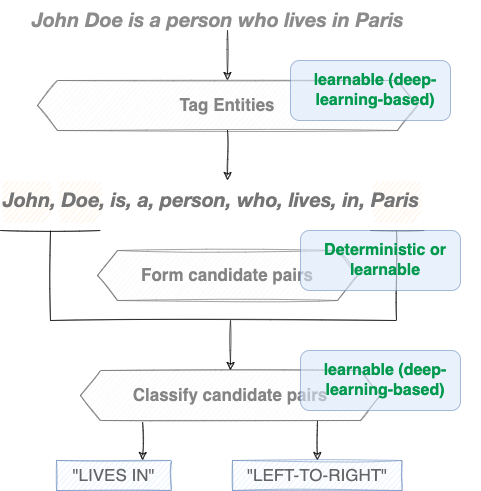
Earlier version of the draw.io export docs/images/three.png (ylaxor/relex). Source tidied: cells renumbered, new cells last; positions are measured from the earlier drawing's top-left corner, leaving out a move shared by most shapes. Source of this version:
```xml
<mxGraphModel>
  <root>
    <mxCell id="0" />
    <mxCell id="1" parent="0" />
    <mxCell id="2" style="rounded=1;whiteSpace=wrap;html=1;fillColor=#ffe6cc;strokeColor=none;gradientColor=none;shadow=0;sketch=1;opacity=60;" parent="1" vertex="1">
      <mxGeometry x="370.5" y="180" width="50" height="40" as="geometry" />
    </mxCell>
    <mxCell id="3" style="rounded=1;whiteSpace=wrap;html=1;fillColor=#ffe6cc;strokeColor=none;gradientColor=none;shadow=0;sketch=1;opacity=60;" parent="1" vertex="1">
      <mxGeometry x="56.5" y="180" width="44" height="40" as="geometry" />
    </mxCell>
    <mxCell id="4" style="rounded=1;whiteSpace=wrap;html=1;fillColor=#ffe6cc;strokeColor=none;gradientColor=none;shadow=0;sketch=1;opacity=60;" parent="1" vertex="1">
      <mxGeometry x="0.5" y="180" width="50" height="40" as="geometry" />
    </mxCell>
    <mxCell id="5" value="&lt;em style=&quot;box-sizing: border-box; color: rgb(64, 64, 64); font-family: Lato, proxima-nova, &amp;quot;Helvetica Neue&amp;quot;, Arial, sans-serif; font-variant-ligatures: normal; font-variant-caps: normal; font-weight: 700; letter-spacing: normal; orphans: 2; text-align: start; text-indent: 0px; text-transform: none; widows: 2; word-spacing: 0px; -webkit-text-stroke-width: 0px; text-decoration-thickness: initial; text-decoration-style: initial; text-decoration-color: initial;&quot;&gt;&lt;font style=&quot;font-size: 20px;&quot;&gt;John Doe is a person who lives in Paris&lt;/font&gt;&lt;/em&gt;" style="text;whiteSpace=wrap;html=1;shadow=0;sketch=1;opacity=60;textOpacity=60;" parent="1" vertex="1">
      <mxGeometry x="30" width="394" height="30" as="geometry" />
    </mxCell>
    <mxCell id="6" value="Tag Entities" style="shape=hexagon;perimeter=hexagonPerimeter2;whiteSpace=wrap;html=1;fixedSize=1;fontStyle=1;fontSize=17;fontColor=#333333;fillColor=#f5f5f5;strokeColor=#666666;shadow=0;sketch=1;opacity=60;textOpacity=60;" parent="1" vertex="1">
      <mxGeometry x="37" y="80" width="380" height="50" as="geometry" />
    </mxCell>
    <mxCell id="7" value="&lt;em style=&quot;box-sizing: border-box; font-family: Lato, proxima-nova, &amp;quot;Helvetica Neue&amp;quot;, Arial, sans-serif; font-variant-ligatures: normal; font-variant-caps: normal; font-weight: 700; letter-spacing: normal; orphans: 2; text-align: start; text-indent: 0px; text-transform: none; widows: 2; word-spacing: 0px; -webkit-text-stroke-width: 0px; text-decoration-thickness: initial; text-decoration-style: initial; text-decoration-color: initial;&quot;&gt;&lt;font style=&quot;font-size: 20px;&quot;&gt;John, Doe, is, a, person, who, lives, in, Paris&lt;/font&gt;&lt;/em&gt;" style="text;whiteSpace=wrap;html=1;fontColor=#757575;shadow=0;sketch=1;opacity=60;" parent="1" vertex="1">
      <mxGeometry x="0.5" y="180" width="453" height="30" as="geometry" />
    </mxCell>
    <mxCell id="8" style="endArrow=classic;html=1;rounded=0;fontSize=17;fontColor=#EA6B66;exitX=0.5;exitY=1;exitDx=0;exitDy=0;entryX=0.5;entryY=0;entryDx=0;entryDy=0;sketch=1;shadow=0;opacity=60;" parent="1" edge="1" source="6" target="7">
      <mxGeometry relative="1" as="geometry" />
    </mxCell>
    <mxCell id="9" style="endArrow=classic;html=1;rounded=0;fontSize=17;fontColor=#EA6B66;exitX=0.5;exitY=1;exitDx=0;exitDy=0;entryX=0.5;entryY=0;entryDx=0;entryDy=0;sketch=1;shadow=0;opacity=60;" parent="1" edge="1" source="5" target="6">
      <mxGeometry relative="1" as="geometry" />
    </mxCell>
    <mxCell id="10" style="endArrow=none;html=1;rounded=0;fontSize=17;fontColor=#EA6B66;edgeStyle=orthogonalEdgeStyle;sketch=1;shadow=0;opacity=60;" parent="1" edge="1">
      <mxGeometry relative="1" as="geometry">
        <mxPoint x="50" y="230" as="sourcePoint" />
        <mxPoint x="396" y="230" as="targetPoint" />
        <Array as="points">
          <mxPoint x="50" y="320" />
          <mxPoint x="396" y="320" />
        </Array>
      </mxGeometry>
    </mxCell>
    <mxCell id="11" style="endArrow=none;html=1;rounded=0;fontSize=17;fontColor=#EA6B66;sketch=1;shadow=0;opacity=60;" parent="1" edge="1">
      <mxGeometry relative="1" as="geometry">
        <mxPoint y="230" as="sourcePoint" />
        <mxPoint x="100" y="230" as="targetPoint" />
      </mxGeometry>
    </mxCell>
    <mxCell id="12" style="endArrow=none;html=1;rounded=0;fontSize=17;fontColor=#EA6B66;sketch=1;shadow=0;opacity=60;" parent="1" edge="1">
      <mxGeometry relative="1" as="geometry">
        <mxPoint x="370" y="230" as="sourcePoint" />
        <mxPoint x="424" y="230" as="targetPoint" />
      </mxGeometry>
    </mxCell>
    <mxCell id="13" value="Form candidate pairs" style="shape=hexagon;perimeter=hexagonPerimeter2;whiteSpace=wrap;html=1;fixedSize=1;fontStyle=1;fontSize=17;fontColor=#333333;fillColor=#f5f5f5;strokeColor=#666666;shadow=0;sketch=1;opacity=60;textOpacity=60;" parent="1" vertex="1">
      <mxGeometry x="97" y="250" width="260" height="50" as="geometry" />
    </mxCell>
    <mxCell id="14" value="Classify candidate pairs" style="shape=hexagon;perimeter=hexagonPerimeter2;whiteSpace=wrap;html=1;fixedSize=1;fontStyle=1;fontSize=17;fontColor=#333333;fillColor=#f5f5f5;strokeColor=#666666;shadow=0;sketch=1;opacity=60;textOpacity=60;" parent="1" vertex="1">
      <mxGeometry x="80" y="370" width="300" height="50" as="geometry" />
    </mxCell>
    <mxCell id="15" style="endArrow=classic;html=1;rounded=0;fontSize=17;fontColor=#EA6B66;sketch=1;shadow=0;opacity=60;" parent="1" edge="1" target="14">
      <mxGeometry relative="1" as="geometry">
        <mxPoint x="230" y="320" as="sourcePoint" />
      </mxGeometry>
    </mxCell>
    <mxCell id="16" style="endArrow=classic;html=1;rounded=0;fontSize=17;fontColor=#757575;exitX=0.207;exitY=1.03;exitDx=0;exitDy=0;exitPerimeter=0;entryX=0.75;entryY=0;entryDx=0;entryDy=0;sketch=1;shadow=0;opacity=60;" parent="1" edge="1" source="14" target="18">
      <mxGeometry relative="1" as="geometry" />
    </mxCell>
    <mxCell id="17" style="endArrow=classic;html=1;rounded=0;fontSize=17;fontColor=#757575;exitX=0.79;exitY=1.01;exitDx=0;exitDy=0;exitPerimeter=0;entryX=0.5;entryY=0;entryDx=0;entryDy=0;sketch=1;shadow=0;opacity=60;" parent="1" edge="1" source="14" target="19">
      <mxGeometry relative="1" as="geometry" />
    </mxCell>
    <mxCell id="18" value="&quot;LIVES IN&quot;" style="text;html=1;strokeColor=#6c8ebf;fillColor=#dae8fc;align=center;verticalAlign=middle;whiteSpace=wrap;rounded=0;fontSize=17;sketch=1;shadow=0;opacity=60;textOpacity=60;" parent="1" vertex="1">
      <mxGeometry x="56" y="460" width="115" height="30" as="geometry" />
    </mxCell>
    <mxCell id="19" value="&quot;LEFT-TO-RIGHT&quot;" style="text;html=1;strokeColor=#6c8ebf;fillColor=#dae8fc;align=center;verticalAlign=middle;whiteSpace=wrap;rounded=0;fontSize=17;sketch=1;shadow=0;opacity=60;textOpacity=60;" parent="1" vertex="1">
      <mxGeometry x="232" y="460" width="169.5" height="30" as="geometry" />
    </mxCell>
    <mxCell id="20" style="group;" parent="1" vertex="1">
      <mxGeometry x="290" y="230" width="190" height="60" as="geometry" />
    </mxCell>
    <mxCell id="21" style="rounded=1;whiteSpace=wrap;html=1;shadow=0;fontSize=16;opacity=60;fillColor=#dae8fc;strokeColor=#6c8ebf;" parent="20" vertex="1">
      <mxGeometry x="10" width="160" height="60" as="geometry" />
    </mxCell>
    <mxCell id="22" value="Deterministic or learnable" style="text;html=1;strokeColor=none;fillColor=none;align=center;verticalAlign=middle;whiteSpace=wrap;rounded=0;shadow=0;opacity=60;fontColor=#00994D;fontSize=16;fontStyle=1;" parent="20" vertex="1">
      <mxGeometry y="15" width="190" height="30" as="geometry" />
    </mxCell>
    <mxCell id="23" style="group;" parent="1" vertex="1">
      <mxGeometry x="280" y="60" width="190" height="60" as="geometry" />
    </mxCell>
    <mxCell id="24" style="rounded=1;whiteSpace=wrap;html=1;shadow=0;fontSize=16;opacity=60;fillColor=#dae8fc;strokeColor=#6c8ebf;" parent="23" vertex="1">
      <mxGeometry x="10" width="160" height="60" as="geometry" />
    </mxCell>
    <mxCell id="25" value="learnable (deep-learning-based)" style="text;html=1;strokeColor=none;fillColor=none;align=center;verticalAlign=middle;whiteSpace=wrap;rounded=0;shadow=0;opacity=60;fontColor=#00994D;fontSize=16;fontStyle=1;" parent="23" vertex="1">
      <mxGeometry y="15" width="190" height="30" as="geometry" />
    </mxCell>
    <mxCell id="26" style="group;" parent="1" vertex="1">
      <mxGeometry x="290" y="350" width="190" height="60" as="geometry" />
    </mxCell>
    <mxCell id="27" style="rounded=1;whiteSpace=wrap;html=1;shadow=0;fontSize=16;opacity=60;fillColor=#dae8fc;strokeColor=#6c8ebf;" parent="26" vertex="1">
      <mxGeometry x="10" width="160" height="60" as="geometry" />
    </mxCell>
    <mxCell id="28" value="learnable (deep-learning-based)" style="text;html=1;strokeColor=none;fillColor=none;align=center;verticalAlign=middle;whiteSpace=wrap;rounded=0;shadow=0;opacity=60;fontColor=#00994D;fontSize=16;fontStyle=1;" parent="26" vertex="1">
      <mxGeometry y="15" width="190" height="30" as="geometry" />
    </mxCell>
  </root>
</mxGraphModel>
```
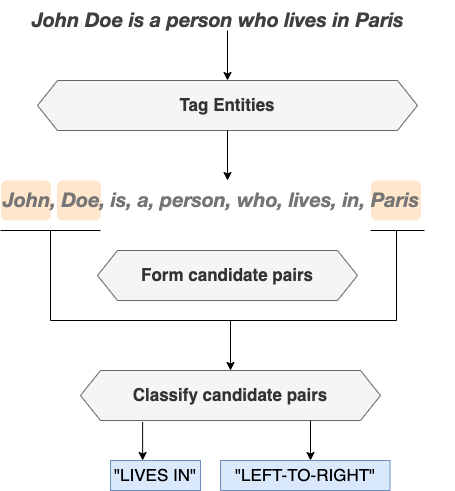
After the change.

What changed in the source:
```diff
@@ -2,31 +2,31 @@
   <root>
     <mxCell id="0" />
     <mxCell id="1" parent="0" />
-    <mxCell id="2" style="rounded=1;whiteSpace=wrap;html=1;fillColor=#ffe6cc;strokeColor=none;gradientColor=none;shadow=0;sketch=1;opacity=60;" parent="1" vertex="1">
+    <mxCell id="2" style="rounded=1;whiteSpace=wrap;html=1;fillColor=#ffe6cc;strokeColor=none;gradientColor=none;shadow=0;" parent="1" vertex="1">
       <mxGeometry x="370.5" y="180" width="50" height="40" as="geometry" />
     </mxCell>
-    <mxCell id="3" style="rounded=1;whiteSpace=wrap;html=1;fillColor=#ffe6cc;strokeColor=none;gradientColor=none;shadow=0;sketch=1;opacity=60;" parent="1" vertex="1">
+    <mxCell id="3" style="rounded=1;whiteSpace=wrap;html=1;fillColor=#ffe6cc;strokeColor=none;gradientColor=none;shadow=0;" parent="1" vertex="1">
       <mxGeometry x="56.5" y="180" width="44" height="40" as="geometry" />
     </mxCell>
-    <mxCell id="4" style="rounded=1;whiteSpace=wrap;html=1;fillColor=#ffe6cc;strokeColor=none;gradientColor=none;shadow=0;sketch=1;opacity=60;" parent="1" vertex="1">
+    <mxCell id="4" style="rounded=1;whiteSpace=wrap;html=1;fillColor=#ffe6cc;strokeColor=none;gradientColor=none;shadow=0;" parent="1" vertex="1">
       <mxGeometry x="0.5" y="180" width="50" height="40" as="geometry" />
     </mxCell>
-    <mxCell id="5" value="&lt;em style=&quot;box-sizing: border-box; color: rgb(64, 64, 64); font-family: Lato, proxima-nova, &amp;quot;Helvetica Neue&amp;quot;, Arial, sans-serif; font-variant-ligatures: normal; font-variant-caps: normal; font-weight: 700; letter-spacing: normal; orphans: 2; text-align: start; text-indent: 0px; text-transform: none; widows: 2; word-spacing: 0px; -webkit-text-stroke-width: 0px; text-decoration-thickness: initial; text-decoration-style: initial; text-decoration-color: initial;&quot;&gt;&lt;font style=&quot;font-size: 20px;&quot;&gt;John Doe is a person who lives in Paris&lt;/font&gt;&lt;/em&gt;" style="text;whiteSpace=wrap;html=1;shadow=0;sketch=1;opacity=60;textOpacity=60;" parent="1" vertex="1">
+    <mxCell id="5" value="&lt;em style=&quot;box-sizing: border-box; color: rgb(64, 64, 64); font-family: Lato, proxima-nova, &amp;quot;Helvetica Neue&amp;quot;, Arial, sans-serif; font-variant-ligatures: normal; font-variant-caps: normal; font-weight: 700; letter-spacing: normal; orphans: 2; text-align: start; text-indent: 0px; text-transform: none; widows: 2; word-spacing: 0px; -webkit-text-stroke-width: 0px; text-decoration-thickness: initial; text-decoration-style: initial; text-decoration-color: initial;&quot;&gt;&lt;font style=&quot;font-size: 20px;&quot;&gt;John Doe is a person who lives in Paris&lt;/font&gt;&lt;/em&gt;" style="text;whiteSpace=wrap;html=1;" parent="1" vertex="1">
       <mxGeometry x="30" width="394" height="30" as="geometry" />
     </mxCell>
-    <mxCell id="6" value="Tag Entities" style="shape=hexagon;perimeter=hexagonPerimeter2;whiteSpace=wrap;html=1;fixedSize=1;fontStyle=1;fontSize=17;fontColor=#333333;fillColor=#f5f5f5;strokeColor=#666666;shadow=0;sketch=1;opacity=60;textOpacity=60;" parent="1" vertex="1">
+    <mxCell id="6" value="Tag Entities" style="shape=hexagon;perimeter=hexagonPerimeter2;whiteSpace=wrap;html=1;fixedSize=1;fontStyle=1;fontSize=17;fontColor=#333333;fillColor=#f5f5f5;strokeColor=#666666;" parent="1" vertex="1">
       <mxGeometry x="37" y="80" width="380" height="50" as="geometry" />
     </mxCell>
-    <mxCell id="7" value="&lt;em style=&quot;box-sizing: border-box; font-family: Lato, proxima-nova, &amp;quot;Helvetica Neue&amp;quot;, Arial, sans-serif; font-variant-ligatures: normal; font-variant-caps: normal; font-weight: 700; letter-spacing: normal; orphans: 2; text-align: start; text-indent: 0px; text-transform: none; widows: 2; word-spacing: 0px; -webkit-text-stroke-width: 0px; text-decoration-thickness: initial; text-decoration-style: initial; text-decoration-color: initial;&quot;&gt;&lt;font style=&quot;font-size: 20px;&quot;&gt;John, Doe, is, a, person, who, lives, in, Paris&lt;/font&gt;&lt;/em&gt;" style="text;whiteSpace=wrap;html=1;fontColor=#757575;shadow=0;sketch=1;opacity=60;" parent="1" vertex="1">
+    <mxCell id="7" value="&lt;em style=&quot;box-sizing: border-box; font-family: Lato, proxima-nova, &amp;quot;Helvetica Neue&amp;quot;, Arial, sans-serif; font-variant-ligatures: normal; font-variant-caps: normal; font-weight: 700; letter-spacing: normal; orphans: 2; text-align: start; text-indent: 0px; text-transform: none; widows: 2; word-spacing: 0px; -webkit-text-stroke-width: 0px; text-decoration-thickness: initial; text-decoration-style: initial; text-decoration-color: initial;&quot;&gt;&lt;font style=&quot;font-size: 20px;&quot;&gt;John, Doe, is, a, person, who, lives, in, Paris&lt;/font&gt;&lt;/em&gt;" style="text;whiteSpace=wrap;html=1;fontColor=#757575;" parent="1" vertex="1">
       <mxGeometry x="0.5" y="180" width="453" height="30" as="geometry" />
     </mxCell>
-    <mxCell id="8" style="endArrow=classic;html=1;rounded=0;fontSize=17;fontColor=#EA6B66;exitX=0.5;exitY=1;exitDx=0;exitDy=0;entryX=0.5;entryY=0;entryDx=0;entryDy=0;sketch=1;shadow=0;opacity=60;" parent="1" edge="1" source="6" target="7">
+    <mxCell id="8" style="endArrow=classic;html=1;rounded=0;fontSize=17;fontColor=#EA6B66;exitX=0.5;exitY=1;exitDx=0;exitDy=0;entryX=0.5;entryY=0;entryDx=0;entryDy=0;" parent="1" edge="1" source="6" target="7">
       <mxGeometry relative="1" as="geometry" />
     </mxCell>
-    <mxCell id="9" style="endArrow=classic;html=1;rounded=0;fontSize=17;fontColor=#EA6B66;exitX=0.5;exitY=1;exitDx=0;exitDy=0;entryX=0.5;entryY=0;entryDx=0;entryDy=0;sketch=1;shadow=0;opacity=60;" parent="1" edge="1" source="5" target="6">
+    <mxCell id="9" style="endArrow=classic;html=1;rounded=0;fontSize=17;fontColor=#EA6B66;exitX=0.5;exitY=1;exitDx=0;exitDy=0;entryX=0.5;entryY=0;entryDx=0;entryDy=0;" parent="1" edge="1" source="5" target="6">
       <mxGeometry relative="1" as="geometry" />
     </mxCell>
-    <mxCell id="10" style="endArrow=none;html=1;rounded=0;fontSize=17;fontColor=#EA6B66;edgeStyle=orthogonalEdgeStyle;sketch=1;shadow=0;opacity=60;" parent="1" edge="1">
+    <mxCell id="10" style="endArrow=none;html=1;rounded=0;fontSize=17;fontColor=#EA6B66;edgeStyle=orthogonalEdgeStyle;" parent="1" edge="1">
       <mxGeometry relative="1" as="geometry">
         <mxPoint x="50" y="230" as="sourcePoint" />
         <mxPoint x="396" y="230" as="targetPoint" />
@@ -36,67 +36,43 @@
         </Array>
       </mxGeometry>
     </mxCell>
-    <mxCell id="11" style="endArrow=none;html=1;rounded=0;fontSize=17;fontColor=#EA6B66;sketch=1;shadow=0;opacity=60;" parent="1" edge="1">
+    <mxCell id="11" style="endArrow=none;html=1;rounded=0;fontSize=17;fontColor=#EA6B66;" parent="1" edge="1">
       <mxGeometry relative="1" as="geometry">
         <mxPoint y="230" as="sourcePoint" />
         <mxPoint x="100" y="230" as="targetPoint" />
       </mxGeometry>
     </mxCell>
-    <mxCell id="12" style="endArrow=none;html=1;rounded=0;fontSize=17;fontColor=#EA6B66;sketch=1;shadow=0;opacity=60;" parent="1" edge="1">
+    <mxCell id="12" style="endArrow=none;html=1;rounded=0;fontSize=17;fontColor=#EA6B66;" parent="1" edge="1">
       <mxGeometry relative="1" as="geometry">
         <mxPoint x="370" y="230" as="sourcePoint" />
         <mxPoint x="424" y="230" as="targetPoint" />
       </mxGeometry>
     </mxCell>
-    <mxCell id="13" value="Form candidate pairs" style="shape=hexagon;perimeter=hexagonPerimeter2;whiteSpace=wrap;html=1;fixedSize=1;fontStyle=1;fontSize=17;fontColor=#333333;fillColor=#f5f5f5;strokeColor=#666666;shadow=0;sketch=1;opacity=60;textOpacity=60;" parent="1" vertex="1">
+    <mxCell id="13" value="Form candidate pairs" style="shape=hexagon;perimeter=hexagonPerimeter2;whiteSpace=wrap;html=1;fixedSize=1;fontStyle=1;fontSize=17;fontColor=#333333;fillColor=#f5f5f5;strokeColor=#666666;" parent="1" vertex="1">
       <mxGeometry x="97" y="250" width="260" height="50" as="geometry" />
     </mxCell>
-    <mxCell id="14" value="Classify candidate pairs" style="shape=hexagon;perimeter=hexagonPerimeter2;whiteSpace=wrap;html=1;fixedSize=1;fontStyle=1;fontSize=17;fontColor=#333333;fillColor=#f5f5f5;strokeColor=#666666;shadow=0;sketch=1;opacity=60;textOpacity=60;" parent="1" vertex="1">
+    <mxCell id="14" value="Classify candidate pairs" style="shape=hexagon;perimeter=hexagonPerimeter2;whiteSpace=wrap;html=1;fixedSize=1;fontStyle=1;fontSize=17;fontColor=#333333;fillColor=#f5f5f5;strokeColor=#666666;" parent="1" vertex="1">
       <mxGeometry x="80" y="370" width="300" height="50" as="geometry" />
     </mxCell>
-    <mxCell id="15" style="endArrow=classic;html=1;rounded=0;fontSize=17;fontColor=#EA6B66;sketch=1;shadow=0;opacity=60;" parent="1" edge="1" target="14">
+    <mxCell id="15" style="endArrow=classic;html=1;rounded=0;fontSize=17;fontColor=#EA6B66;" parent="1" edge="1" target="14">
       <mxGeometry relative="1" as="geometry">
         <mxPoint x="230" y="320" as="sourcePoint" />
       </mxGeometry>
     </mxCell>
-    <mxCell id="16" style="endArrow=classic;html=1;rounded=0;fontSize=17;fontColor=#757575;exitX=0.207;exitY=1.03;exitDx=0;exitDy=0;exitPerimeter=0;entryX=0.75;entryY=0;entryDx=0;entryDy=0;sketch=1;shadow=0;opacity=60;" parent="1" edge="1" source="14" target="18">
+    <mxCell id="16" style="endArrow=classic;html=1;rounded=0;fontSize=17;fontColor=#757575;exitX=0.207;exitY=1.03;exitDx=0;exitDy=0;exitPerimeter=0;entryX=0.357;entryY=0;entryDx=0;entryDy=0;entryPerimeter=0;" parent="1" edge="1" source="14" target="18">
       <mxGeometry relative="1" as="geometry" />
     </mxCell>
-    <mxCell id="17" style="endArrow=classic;html=1;rounded=0;fontSize=17;fontColor=#757575;exitX=0.79;exitY=1.01;exitDx=0;exitDy=0;exitPerimeter=0;entryX=0.5;entryY=0;entryDx=0;entryDy=0;sketch=1;shadow=0;opacity=60;" parent="1" edge="1" source="14" target="19">
-      <mxGeometry relative="1" as="geometry" />
+    <mxCell id="17" style="endArrow=classic;html=1;rounded=0;fontSize=17;fontColor=#757575;" parent="1" edge="1">
+      <mxGeometry relative="1" as="geometry">
+        <mxPoint x="310" y="420" as="sourcePoint" />
+        <mxPoint x="310" y="460" as="targetPoint" />
+      </mxGeometry>
     </mxCell>
-    <mxCell id="18" value="&quot;LIVES IN&quot;" style="text;html=1;strokeColor=#6c8ebf;fillColor=#dae8fc;align=center;verticalAlign=middle;whiteSpace=wrap;rounded=0;fontSize=17;sketch=1;shadow=0;opacity=60;textOpacity=60;" parent="1" vertex="1">
-      <mxGeometry x="56" y="460" width="115" height="30" as="geometry" />
+    <mxCell id="18" value="&quot;LIVES IN&quot;" style="text;html=1;strokeColor=#6c8ebf;fillColor=#dae8fc;align=center;verticalAlign=middle;whiteSpace=wrap;rounded=0;fontSize=17;" parent="1" vertex="1">
+      <mxGeometry x="110" y="460" width="90" height="30" as="geometry" />
     </mxCell>
-    <mxCell id="19" value="&quot;LEFT-TO-RIGHT&quot;" style="text;html=1;strokeColor=#6c8ebf;fillColor=#dae8fc;align=center;verticalAlign=middle;whiteSpace=wrap;rounded=0;fontSize=17;sketch=1;shadow=0;opacity=60;textOpacity=60;" parent="1" vertex="1">
-      <mxGeometry x="232" y="460" width="169.5" height="30" as="geometry" />
+    <mxCell id="19" value="&quot;LEFT-TO-RIGHT&quot;" style="text;html=1;strokeColor=#6c8ebf;fillColor=#dae8fc;align=center;verticalAlign=middle;whiteSpace=wrap;rounded=0;fontSize=17;" parent="1" vertex="1">
+      <mxGeometry x="220" y="460" width="169.5" height="30" as="geometry" />
     </mxCell>
-    <mxCell id="20" style="group;" parent="1" vertex="1">
-      <mxGeometry x="290" y="230" width="190" height="60" as="geometry" />
-    </mxCell>
-    <mxCell id="21" style="rounded=1;whiteSpace=wrap;html=1;shadow=0;fontSize=16;opacity=60;fillColor=#dae8fc;strokeColor=#6c8ebf;" parent="20" vertex="1">
-      <mxGeometry x="10" width="160" height="60" as="geometry" />
-    </mxCell>
-    <mxCell id="22" value="Deterministic or learnable" style="text;html=1;strokeColor=none;fillColor=none;align=center;verticalAlign=middle;whiteSpace=wrap;rounded=0;shadow=0;opacity=60;fontColor=#00994D;fontSize=16;fontStyle=1;" parent="20" vertex="1">
-      <mxGeometry y="15" width="190" height="30" as="geometry" />
-    </mxCell>
-    <mxCell id="23" style="group;" parent="1" vertex="1">
-      <mxGeometry x="280" y="60" width="190" height="60" as="geometry" />
-    </mxCell>
-    <mxCell id="24" style="rounded=1;whiteSpace=wrap;html=1;shadow=0;fontSize=16;opacity=60;fillColor=#dae8fc;strokeColor=#6c8ebf;" parent="23" vertex="1">
-      <mxGeometry x="10" width="160" height="60" as="geometry" />
-    </mxCell>
-    <mxCell id="25" value="learnable (deep-learning-based)" style="text;html=1;strokeColor=none;fillColor=none;align=center;verticalAlign=middle;whiteSpace=wrap;rounded=0;shadow=0;opacity=60;fontColor=#00994D;fontSize=16;fontStyle=1;" parent="23" vertex="1">
-      <mxGeometry y="15" width="190" height="30" as="geometry" />
-    </mxCell>
-    <mxCell id="26" style="group;" parent="1" vertex="1">
-      <mxGeometry x="290" y="350" width="190" height="60" as="geometry" />
-    </mxCell>
-    <mxCell id="27" style="rounded=1;whiteSpace=wrap;html=1;shadow=0;fontSize=16;opacity=60;fillColor=#dae8fc;strokeColor=#6c8ebf;" parent="26" vertex="1">
-      <mxGeometry x="10" width="160" height="60" as="geometry" />
-    </mxCell>
-    <mxCell id="28" value="learnable (deep-learning-based)" style="text;html=1;strokeColor=none;fillColor=none;align=center;verticalAlign=middle;whiteSpace=wrap;rounded=0;shadow=0;opacity=60;fontColor=#00994D;fontSize=16;fontStyle=1;" parent="26" vertex="1">
-      <mxGeometry y="15" width="190" height="30" as="geometry" />
-    </mxCell>
   </root>
 </mxGraphModel>
```
